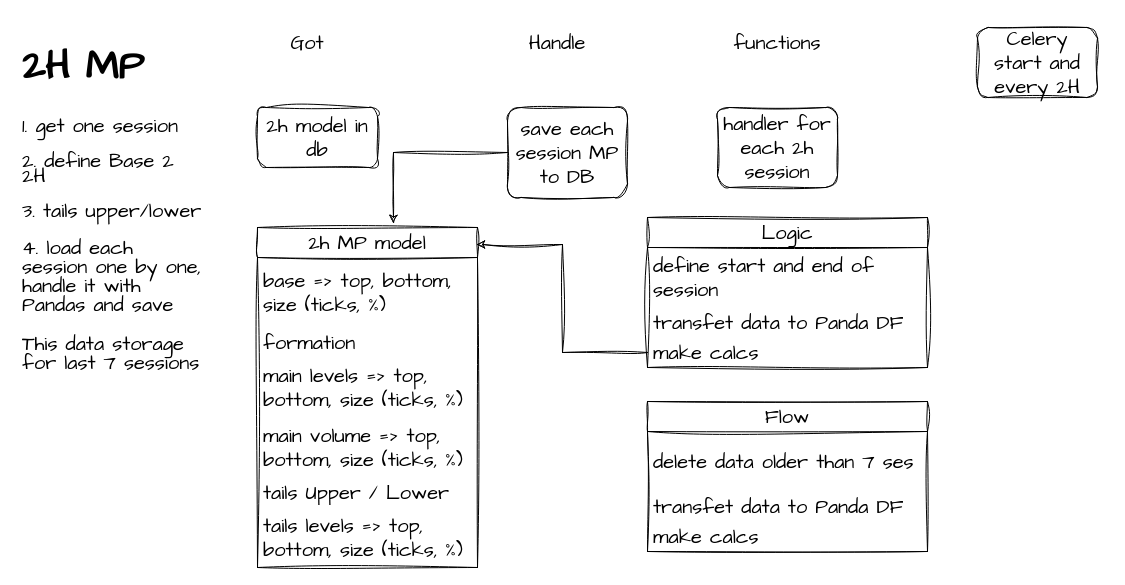
Before: page "2h_mp" (3 of 7) of structure.drawio in Kupavtsev/markets_data_handler, a draw.io diagram. Source tidied: cells renumbered, new cells numbered last; positions are measured from the earlier drawing's top-left corner, leaving out a move shared by most shapes. Both pictures are drawn from the tidied source at 100%, with x=0, y=0 at pixel (17, 27).
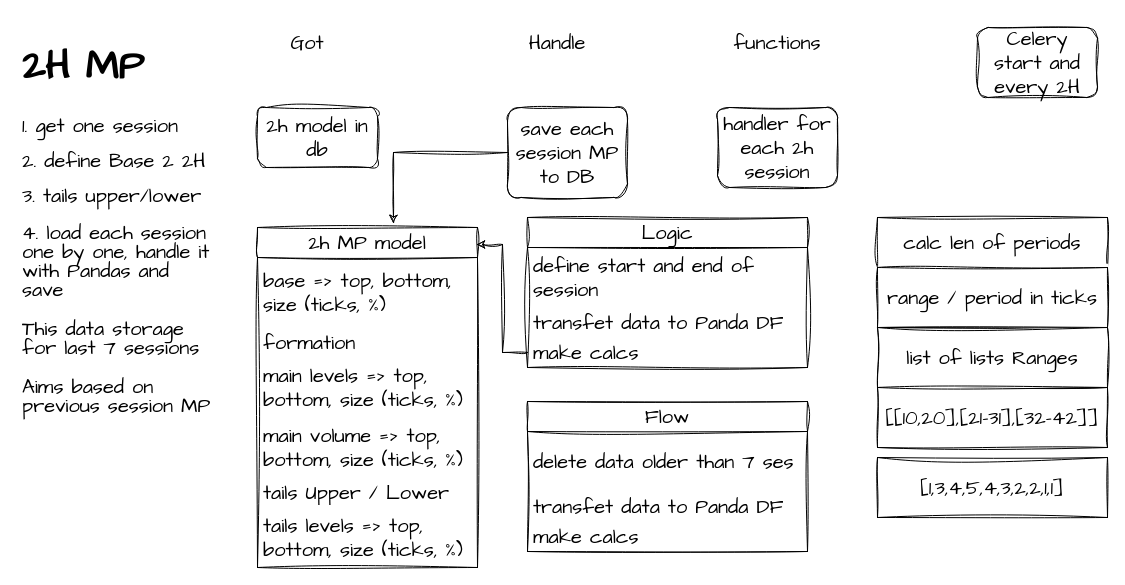
The same diagram, later.

What changed in the source:
```diff
@@
-    <mxCell id="3" value="&lt;h1&gt;2H MP&lt;/h1&gt;&lt;p style=&quot;line-height: 75%;&quot;&gt;1. get one session&lt;/p&gt;&lt;p style=&quot;line-height: 75%;&quot;&gt;2. define Base 2 2H&lt;/p&gt;&lt;p style=&quot;line-height: 75%;&quot;&gt;3. tails upper/lower&lt;/p&gt;&lt;p style=&quot;line-height: 95%;&quot;&gt;4. load each session one by one, handle it with Pandas and save&lt;/p&gt;&lt;p style=&quot;line-height: 95%;&quot;&gt;This data storage for last 7 sessions&lt;/p&gt;" style="text;html=1;strokeColor=none;fillColor=none;spacing=5;spacingTop=-20;whiteSpace=wrap;overflow=hidden;rounded=0;fontSize=20;fontFamily=Architects Daughter;" parent="1" vertex="1">
-      <mxGeometry width="190" height="410" as="geometry" />
+    <mxCell id="3" value="&lt;h1&gt;2H MP&lt;/h1&gt;&lt;p style=&quot;line-height: 75%;&quot;&gt;1. get one session&lt;/p&gt;&lt;p style=&quot;line-height: 75%;&quot;&gt;2. define Base 2 2H&lt;/p&gt;&lt;p style=&quot;line-height: 75%;&quot;&gt;3. tails upper/lower&lt;/p&gt;&lt;p style=&quot;line-height: 95%;&quot;&gt;4. load each session one by one, handle it with Pandas and save&lt;/p&gt;&lt;p style=&quot;line-height: 95%;&quot;&gt;This data storage for last 7 sessions&lt;/p&gt;&lt;p style=&quot;line-height: 95%;&quot;&gt;Aims based on previous session MP&lt;/p&gt;" style="text;html=1;strokeColor=none;fillColor=none;spacing=5;spacingTop=-20;whiteSpace=wrap;overflow=hidden;rounded=0;fontSize=20;fontFamily=Architects Daughter;" parent="1" vertex="1">
+      <mxGeometry width="200" height="410" as="geometry" />
     </mxCell>
@@
     <mxCell id="17" value="Logic" style="swimlane;fontStyle=0;horizontal=1;startSize=30;whiteSpace=wrap;html=1;sketch=1;hachureGap=4;jiggle=2;curveFitting=1;fontFamily=Architects Daughter;fontSize=20;" parent="1" vertex="1">
-      <mxGeometry x="630" y="190" width="280" height="150" as="geometry" />
+      <mxGeometry x="510" y="190" width="280" height="150" as="geometry" />
     </mxCell>
@@
     <mxCell id="22" value="Flow" style="swimlane;fontStyle=0;horizontal=1;startSize=30;whiteSpace=wrap;html=1;sketch=1;hachureGap=4;jiggle=2;curveFitting=1;fontFamily=Architects Daughter;fontSize=20;" parent="1" vertex="1">
-      <mxGeometry x="630" y="374" width="280" height="150" as="geometry" />
+      <mxGeometry x="510" y="374" width="280" height="150" as="geometry" />
     </mxCell>
@@
+    <mxCell id="27" value="calc len of periods" style="rounded=0;whiteSpace=wrap;html=1;sketch=1;hachureGap=4;jiggle=2;curveFitting=1;fontFamily=Architects Daughter;fontSize=20;" parent="1" vertex="1">
+      <mxGeometry x="860" y="190" width="230" height="50" as="geometry" />
+    </mxCell>
+    <mxCell id="28" value="range / period in ticks" style="rounded=0;whiteSpace=wrap;html=1;sketch=1;hachureGap=4;jiggle=2;curveFitting=1;fontFamily=Architects Daughter;fontSize=20;" parent="1" vertex="1">
+      <mxGeometry x="860" y="240" width="230" height="60" as="geometry" />
+    </mxCell>
+    <mxCell id="29" value="list of lists Ranges" style="rounded=0;whiteSpace=wrap;html=1;sketch=1;hachureGap=4;jiggle=2;curveFitting=1;fontFamily=Architects Daughter;fontSize=20;" parent="1" vertex="1">
+      <mxGeometry x="860" y="300" width="230" height="60" as="geometry" />
+    </mxCell>
+    <mxCell id="30" value="[[10,20],[21-31],[32-42]]" style="rounded=0;whiteSpace=wrap;html=1;sketch=1;hachureGap=4;jiggle=2;curveFitting=1;fontFamily=Architects Daughter;fontSize=20;" parent="1" vertex="1">
+      <mxGeometry x="860" y="360" width="230" height="60" as="geometry" />
+    </mxCell>
+    <mxCell id="31" value="[1,3,4,5,4,3,2,2,1,1]" style="rounded=0;whiteSpace=wrap;html=1;sketch=1;hachureGap=4;jiggle=2;curveFitting=1;fontFamily=Architects Daughter;fontSize=20;" parent="1" vertex="1">
+      <mxGeometry x="860" y="430" width="230" height="60" as="geometry" />
+    </mxCell>
```
